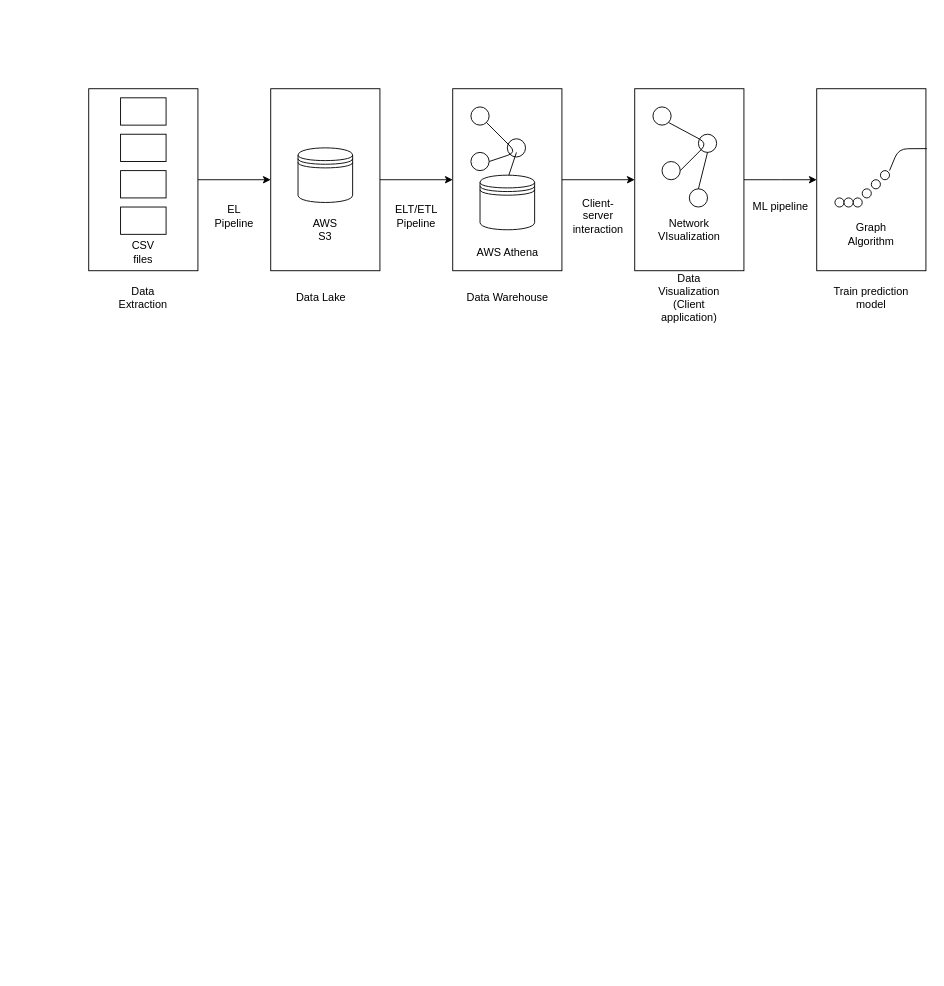
Earlier version of the draw.io diagram Global_Knowledge_Graph_Diagram.drawio (JamesHizon/Global-Knowledge-Graph-Data-Pipeline-Project). Source tidied: cells renumbered, new cells numbered last; positions are measured from the earlier drawing's top-left corner, leaving out a move shared by most shapes. Both pictures are drawn from the tidied source at 91%, with x=0, y=0 at pixel (88, 88).
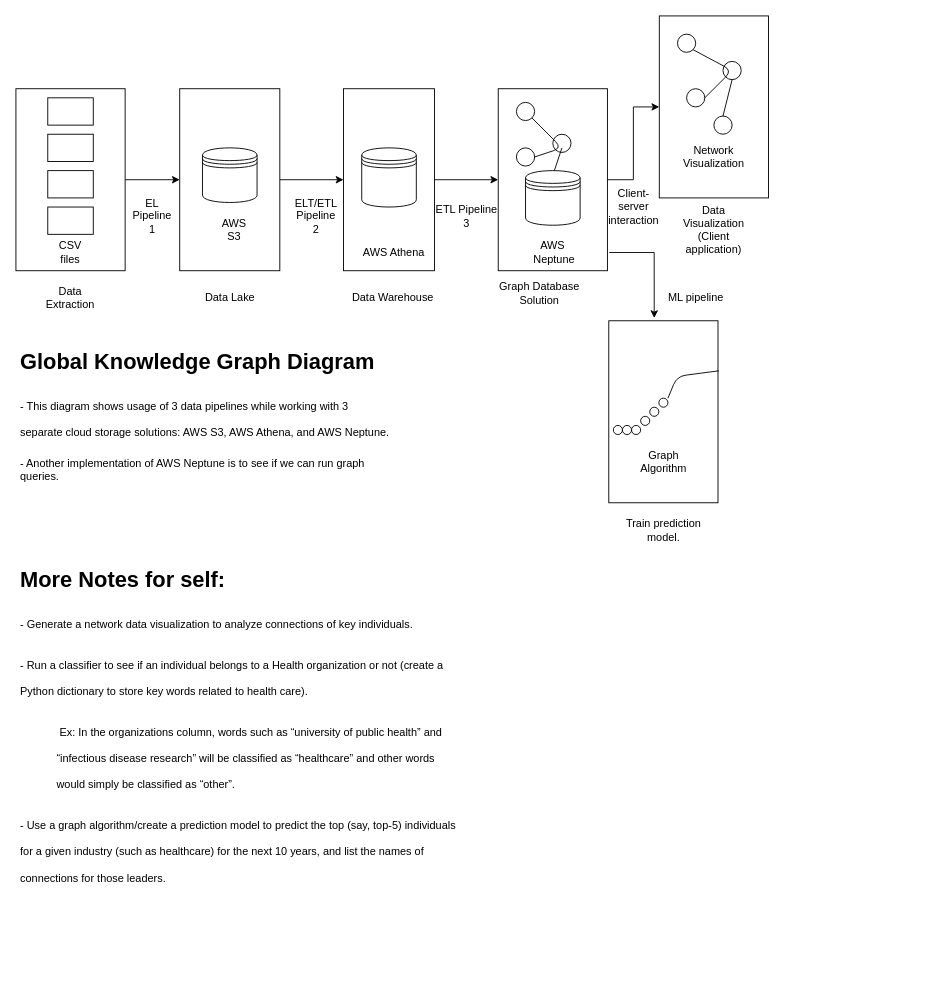
The same page after the edit.

What changed in the source:
```diff
@@
     <mxCell id="3" style="rounded=0;whiteSpace=wrap;html=1;" parent="1" vertex="1">
-      <mxGeometry width="120" height="200" as="geometry" />
+      <mxGeometry x="-80" width="120" height="200" as="geometry" />
     </mxCell>
     <mxCell id="4" value="Data Extraction" style="text;html=1;strokeColor=none;fillColor=none;align=center;verticalAlign=middle;whiteSpace=wrap;rounded=0;" parent="1" vertex="1">
-      <mxGeometry x="40" y="220" width="40" height="20" as="geometry" />
+      <mxGeometry x="-40" y="220" width="40" height="20" as="geometry" />
     </mxCell>
@@
     <mxCell id="6" style="rounded=0;whiteSpace=wrap;html=1;" parent="1" vertex="1">
-      <mxGeometry x="200" width="120" height="200" as="geometry" />
+      <mxGeometry x="100" width="110" height="200" as="geometry" />
     </mxCell>
     <mxCell id="7" value="Data Lake" style="text;html=1;align=center;verticalAlign=middle;" parent="1" vertex="1">
-      <mxGeometry x="220" y="220" width="70" height="20" as="geometry" />
+      <mxGeometry x="120" y="220" width="70" height="20" as="geometry" />
     </mxCell>
-    <mxCell id="8" style="edgeStyle=orthogonalEdgeStyle;rounded=0;jettySize=auto;html=1;exitX=1;exitY=0.5;exitDx=0;exitDy=0;entryX=0;entryY=0.5;entryDx=0;entryDy=0;" parent="1" edge="1" source="9" target="13">
+    <mxCell id="8" style="edgeStyle=orthogonalEdgeStyle;rounded=0;jettySize=auto;html=1;exitX=1;exitY=0.5;exitDx=0;exitDy=0;entryX=0;entryY=0.5;entryDx=0;entryDy=0;" parent="1" edge="1" source="9" target="49">
       <mxGeometry relative="1" as="geometry" />
     </mxCell>
     <mxCell id="9" style="rounded=0;whiteSpace=wrap;html=1;" parent="1" vertex="1">
-      <mxGeometry x="400" width="120" height="200" as="geometry" />
+      <mxGeometry x="280" width="100" height="200" as="geometry" />
     </mxCell>
     <mxCell id="10" value="Data Warehouse" style="text;html=1;align=center;verticalAlign=middle;" parent="1" vertex="1">
-      <mxGeometry x="405" y="220" width="110" height="20" as="geometry" />
+      <mxGeometry x="279" y="220" width="110" height="20" as="geometry" />
     </mxCell>
     <mxCell id="11" value="Data Visualization&lt;br&gt;(Client application)" style="text;html=1;strokeColor=none;fillColor=none;align=center;verticalAlign=middle;whiteSpace=wrap;rounded=0;" parent="1" vertex="1">
-      <mxGeometry x="640" y="220" width="40" height="20" as="geometry" />
+      <mxGeometry x="667" y="145" width="40" height="20" as="geometry" />
     </mxCell>
-    <mxCell id="12" style="edgeStyle=orthogonalEdgeStyle;rounded=0;jettySize=auto;html=1;exitX=1;exitY=0.5;exitDx=0;exitDy=0;" parent="1" edge="1" source="13">
-      <mxGeometry relative="1" as="geometry">
-        <mxPoint x="800" y="100" as="targetPoint" />
-      </mxGeometry>
+    <mxCell id="12" style="edgeStyle=orthogonalEdgeStyle;rounded=0;jettySize=auto;html=1;exitX=1.017;exitY=0.9;exitDx=0;exitDy=0;exitPerimeter=0;entryX=0.416;entryY=-0.015;entryDx=0;entryDy=0;entryPerimeter=0;" parent="1" edge="1" source="49" target="28">
+      <mxGeometry relative="1" as="geometry" />
     </mxCell>
     <mxCell id="13" style="rounded=0;whiteSpace=wrap;html=1;" parent="1" vertex="1">
-      <mxGeometry x="600" width="120" height="200" as="geometry" />
+      <mxGeometry x="627" y="-80" width="120" height="200" as="geometry" />
     </mxCell>
     <mxCell id="14" style="rounded=0;whiteSpace=wrap;html=1;" parent="1" vertex="1">
-      <mxGeometry x="35" y="10" width="50" height="30" as="geometry" />
+      <mxGeometry x="-45" y="10" width="50" height="30" as="geometry" />
     </mxCell>
     <mxCell id="15" style="rounded=0;whiteSpace=wrap;html=1;" parent="1" vertex="1">
-      <mxGeometry x="35" y="50" width="50" height="30" as="geometry" />
+      <mxGeometry x="-45" y="50" width="50" height="30" as="geometry" />
     </mxCell>
     <mxCell id="16" style="rounded=0;whiteSpace=wrap;html=1;" parent="1" vertex="1">
-      <mxGeometry x="35" y="90" width="50" height="30" as="geometry" />
+      <mxGeometry x="-45" y="90" width="50" height="30" as="geometry" />
     </mxCell>
     <mxCell id="17" style="rounded=0;whiteSpace=wrap;html=1;" parent="1" vertex="1">
-      <mxGeometry x="35" y="130" width="50" height="30" as="geometry" />
+      <mxGeometry x="-45" y="130" width="50" height="30" as="geometry" />
     </mxCell>
     <mxCell id="18" value="CSV files" style="text;html=1;strokeColor=none;fillColor=none;align=center;verticalAlign=middle;whiteSpace=wrap;rounded=0;" parent="1" vertex="1">
-      <mxGeometry x="40" y="170" width="40" height="20" as="geometry" />
+      <mxGeometry x="-40" y="170" width="40" height="20" as="geometry" />
     </mxCell>
-    <mxCell id="19" value="EL Pipeline" style="text;html=1;strokeColor=none;fillColor=none;align=center;verticalAlign=middle;whiteSpace=wrap;rounded=0;" parent="1" vertex="1">
-      <mxGeometry x="140" y="130" width="40" height="20" as="geometry" />
+    <mxCell id="19" value="EL Pipeline 1" style="text;html=1;strokeColor=none;fillColor=none;align=center;verticalAlign=middle;whiteSpace=wrap;rounded=0;" parent="1" vertex="1">
+      <mxGeometry x="50" y="130" width="40" height="20" as="geometry" />
     </mxCell>
     <mxCell id="20" value="AWS Athena" style="text;html=1;align=center;verticalAlign=middle;" parent="1" vertex="1">
-      <mxGeometry x="420" y="170" width="80" height="20" as="geometry" />
+      <mxGeometry x="295" y="170" width="80" height="20" as="geometry" />
     </mxCell>
-    <mxCell id="21" style="ellipse;whiteSpace=wrap;html=1;" parent="1" vertex="1">
-      <mxGeometry x="420" y="20" width="20" height="20" as="geometry" />
-    </mxCell>
-    <mxCell id="22" style="ellipse;whiteSpace=wrap;html=1;" parent="1" vertex="1">
-      <mxGeometry x="420" y="70" width="20" height="20" as="geometry" />
-    </mxCell>
-    <mxCell id="23" style="ellipse;whiteSpace=wrap;html=1;" parent="1" vertex="1">
-      <mxGeometry x="460" y="55" width="20" height="20" as="geometry" />
-    </mxCell>
-    <mxCell id="24" style="endArrow=none;html=1;exitX=1;exitY=1;exitDx=0;exitDy=0;entryX=1;entryY=0.5;entryDx=0;entryDy=0;" parent="1" edge="1" source="21" target="22">
-      <mxGeometry relative="1" as="geometry">
-        <Array as="points">
-          <mxPoint x="470" y="70" />
-        </Array>
-      </mxGeometry>
-    </mxCell>
-    <mxCell id="25" style="endArrow=none;html=1;exitX=0.5;exitY=0;exitDx=0;exitDy=0;" parent="1" edge="1">
-      <mxGeometry relative="1" as="geometry">
-        <mxPoint x="460" y="100" as="sourcePoint" />
-        <mxPoint x="470" y="70" as="targetPoint" />
-      </mxGeometry>
-    </mxCell>
-    <mxCell id="26" value="ELT/ETL Pipeline" style="text;html=1;strokeColor=none;fillColor=none;align=center;verticalAlign=middle;whiteSpace=wrap;rounded=0;" parent="1" vertex="1">
-      <mxGeometry x="340" y="130" width="40" height="20" as="geometry" />
+    <mxCell id="26" value="ELT/ETL Pipeline 2" style="text;html=1;strokeColor=none;fillColor=none;align=center;verticalAlign=middle;whiteSpace=wrap;rounded=0;" parent="1" vertex="1">
+      <mxGeometry x="230" y="130" width="40" height="20" as="geometry" />
     </mxCell>
     <mxCell id="27" value="Client-server interaction" style="text;html=1;strokeColor=none;fillColor=none;align=center;verticalAlign=middle;whiteSpace=wrap;rounded=0;" parent="1" vertex="1">
-      <mxGeometry x="540" y="130" width="40" height="20" as="geometry" />
+      <mxGeometry x="579" y="120" width="40" height="20" as="geometry" />
     </mxCell>
     <mxCell id="28" style="rounded=0;whiteSpace=wrap;html=1;" parent="1" vertex="1">
-      <mxGeometry x="800" width="120" height="200" as="geometry" />
+      <mxGeometry x="571.5" y="255" width="120" height="200" as="geometry" />
     </mxCell>
-    <mxCell id="29" value="Train prediction model" style="text;html=1;strokeColor=none;fillColor=none;align=center;verticalAlign=middle;whiteSpace=wrap;rounded=0;" parent="1" vertex="1">
-      <mxGeometry x="800" y="220" width="120" height="20" as="geometry" />
+    <mxCell id="29" value="Train prediction model." style="text;html=1;strokeColor=none;fillColor=none;align=center;verticalAlign=middle;whiteSpace=wrap;rounded=0;" parent="1" vertex="1">
+      <mxGeometry x="571.5" y="475" width="120" height="20" as="geometry" />
     </mxCell>
     <mxCell id="30" value="ML pipeline" style="text;html=1;align=center;verticalAlign=middle;" parent="1" vertex="1">
-      <mxGeometry x="720" y="120" width="80" height="20" as="geometry" />
+      <mxGeometry x="627" y="220" width="80" height="20" as="geometry" />
     </mxCell>
     <mxCell id="31" style="ellipse;whiteSpace=wrap;html=1;" parent="1" vertex="1">
-      <mxGeometry x="820" y="120" width="10" height="10" as="geometry" />
+      <mxGeometry x="576.5" y="370" width="10" height="10" as="geometry" />
     </mxCell>
     <mxCell id="32" style="ellipse;whiteSpace=wrap;html=1;" parent="1" vertex="1">
-      <mxGeometry x="870" y="90" width="10" height="10" as="geometry" />
+      <mxGeometry x="626.5" y="340" width="10" height="10" as="geometry" />
     </mxCell>
     <mxCell id="33" style="ellipse;whiteSpace=wrap;html=1;" parent="1" vertex="1">
-      <mxGeometry x="860" y="100" width="10" height="10" as="geometry" />
+      <mxGeometry x="616.5" y="350" width="10" height="10" as="geometry" />
     </mxCell>
     <mxCell id="34" style="ellipse;whiteSpace=wrap;html=1;" parent="1" vertex="1">
-      <mxGeometry x="850" y="110" width="10" height="10" as="geometry" />
+      <mxGeometry x="606.5" y="360" width="10" height="10" as="geometry" />
     </mxCell>
     <mxCell id="35" style="ellipse;whiteSpace=wrap;html=1;" parent="1" vertex="1">
-      <mxGeometry x="840" y="120" width="10" height="10" as="geometry" />
+      <mxGeometry x="596.5" y="370" width="10" height="10" as="geometry" />
     </mxCell>
     <mxCell id="36" style="ellipse;whiteSpace=wrap;html=1;" parent="1" vertex="1">
-      <mxGeometry x="830" y="120" width="10" height="10" as="geometry" />
+      <mxGeometry x="586.5" y="370" width="10" height="10" as="geometry" />
     </mxCell>
-    <mxCell id="37" style="endArrow=none;html=1;entryX=1.008;entryY=0.329;entryDx=0;entryDy=0;entryPerimeter=0;" parent="1" edge="1" target="28">
+    <mxCell id="37" style="endArrow=none;html=1;" parent="1" edge="1">
       <mxGeometry relative="1" as="geometry">
-        <mxPoint x="880" y="90" as="sourcePoint" />
+        <mxPoint x="636.5" y="340" as="sourcePoint" />
+        <mxPoint x="692.5" y="310" as="targetPoint" />
         <Array as="points">
-          <mxPoint x="890" y="66" />
+          <mxPoint x="646.5" y="316" />
         </Array>
       </mxGeometry>
     </mxCell>
     <mxCell id="38" style="shape=datastore;whiteSpace=wrap;html=1;" parent="1" vertex="1">
-      <mxGeometry x="230" y="65" width="60" height="60" as="geometry" />
+      <mxGeometry x="125" y="65" width="60" height="60" as="geometry" />
     </mxCell>
-    <mxCell id="39" style="shape=datastore;whiteSpace=wrap;html=1;" parent="1" vertex="1">
-      <mxGeometry x="430" y="95" width="60" height="60" as="geometry" />
-    </mxCell>
     <mxCell id="40" style="ellipse;whiteSpace=wrap;html=1;" parent="1" vertex="1">
-      <mxGeometry x="620" y="20" width="20" height="20" as="geometry" />
+      <mxGeometry x="647" y="-60" width="20" height="20" as="geometry" />
     </mxCell>
     <mxCell id="41" style="ellipse;whiteSpace=wrap;html=1;" parent="1" vertex="1">
-      <mxGeometry x="670" y="50" width="20" height="20" as="geometry" />
+      <mxGeometry x="697" y="-30" width="20" height="20" as="geometry" />
     </mxCell>
     <mxCell id="42" style="ellipse;whiteSpace=wrap;html=1;" parent="1" vertex="1">
-      <mxGeometry x="630" y="80" width="20" height="20" as="geometry" />
+      <mxGeometry x="657" width="20" height="20" as="geometry" />
     </mxCell>
     <mxCell id="43" style="ellipse;whiteSpace=wrap;html=1;" parent="1" vertex="1">
-      <mxGeometry x="660" y="110" width="20" height="20" as="geometry" />
+      <mxGeometry x="687" y="30" width="20" height="20" as="geometry" />
     </mxCell>
     <mxCell id="44" style="endArrow=none;html=1;exitX=1;exitY=1;exitDx=0;exitDy=0;entryX=1;entryY=0.5;entryDx=0;entryDy=0;" parent="1" edge="1" source="40" target="42">
       <mxGeometry relative="1" as="geometry">
         <Array as="points">
-          <mxPoint x="680" y="60" />
+          <mxPoint x="707" y="-20" />
         </Array>
       </mxGeometry>
     </mxCell>
@@
     <mxCell id="46" value="AWS S3" style="text;html=1;strokeColor=none;fillColor=none;align=center;verticalAlign=middle;whiteSpace=wrap;rounded=0;" parent="1" vertex="1">
-      <mxGeometry x="240" y="145" width="40" height="20" as="geometry" />
+      <mxGeometry x="140" y="145" width="40" height="20" as="geometry" />
     </mxCell>
-    <mxCell id="47" value="Network VIsualization" style="text;html=1;strokeColor=none;fillColor=none;align=center;verticalAlign=middle;whiteSpace=wrap;rounded=0;" parent="1" vertex="1">
-      <mxGeometry x="640" y="145" width="40" height="20" as="geometry" />
+    <mxCell id="47" value="Network Visualization" style="text;html=1;strokeColor=none;fillColor=none;align=center;verticalAlign=middle;whiteSpace=wrap;rounded=0;" parent="1" vertex="1">
+      <mxGeometry x="667" y="65" width="40" height="20" as="geometry" />
     </mxCell>
     <mxCell id="48" value="Graph Algorithm" style="text;html=1;strokeColor=none;fillColor=none;align=center;verticalAlign=middle;whiteSpace=wrap;rounded=0;" parent="1" vertex="1">
-      <mxGeometry x="840" y="150" width="40" height="20" as="geometry" />
+      <mxGeometry x="611.5" y="400" width="40" height="20" as="geometry" />
     </mxCell>
+    <mxCell id="49" style="rounded=0;whiteSpace=wrap;html=1;" parent="1" vertex="1">
+      <mxGeometry x="450" width="120" height="200" as="geometry" />
+    </mxCell>
+    <mxCell id="50" value="AWS &amp;nbsp;Neptune" style="text;html=1;strokeColor=none;fillColor=none;align=center;verticalAlign=middle;whiteSpace=wrap;rounded=0;" parent="1" vertex="1">
+      <mxGeometry x="490" y="170" width="40" height="20" as="geometry" />
+    </mxCell>
+    <mxCell id="21" style="ellipse;whiteSpace=wrap;html=1;" parent="1" vertex="1">
+      <mxGeometry x="470" y="15" width="20" height="20" as="geometry" />
+    </mxCell>
+    <mxCell id="22" style="ellipse;whiteSpace=wrap;html=1;" parent="1" vertex="1">
+      <mxGeometry x="470" y="65" width="20" height="20" as="geometry" />
+    </mxCell>
+    <mxCell id="23" style="ellipse;whiteSpace=wrap;html=1;" parent="1" vertex="1">
+      <mxGeometry x="510" y="50" width="20" height="20" as="geometry" />
+    </mxCell>
+    <mxCell id="24" style="endArrow=none;html=1;exitX=1;exitY=1;exitDx=0;exitDy=0;entryX=1;entryY=0.5;entryDx=0;entryDy=0;" parent="1" edge="1" source="21" target="22">
+      <mxGeometry relative="1" as="geometry">
+        <Array as="points">
+          <mxPoint x="520" y="65" />
+        </Array>
+      </mxGeometry>
+    </mxCell>
+    <mxCell id="25" style="endArrow=none;html=1;exitX=0.5;exitY=0;exitDx=0;exitDy=0;" parent="1" edge="1">
+      <mxGeometry relative="1" as="geometry">
+        <mxPoint x="510" y="95" as="sourcePoint" />
+        <mxPoint x="520" y="65" as="targetPoint" />
+      </mxGeometry>
+    </mxCell>
+    <mxCell id="39" style="shape=datastore;whiteSpace=wrap;html=1;" parent="1" vertex="1">
+      <mxGeometry x="480" y="90" width="60" height="60" as="geometry" />
+    </mxCell>
+    <mxCell id="51" style="shape=datastore;whiteSpace=wrap;html=1;" parent="1" vertex="1">
+      <mxGeometry x="300" y="65" width="60" height="65" as="geometry" />
+    </mxCell>
+    <mxCell id="52" value="Graph Database &lt;br&gt;Solution" style="text;html=1;align=center;verticalAlign=middle;" parent="1" vertex="1">
+      <mxGeometry x="440" y="210" width="110" height="30" as="geometry" />
+    </mxCell>
+    <mxCell id="53" value="ETL Pipeline&lt;br&gt;3" style="text;html=1;align=center;verticalAlign=middle;" parent="1" vertex="1">
+      <mxGeometry x="375" y="125" width="80" height="30" as="geometry" />
+    </mxCell>
+    <mxCell id="54" style="edgeStyle=orthogonalEdgeStyle;rounded=0;jettySize=auto;html=1;entryX=0;entryY=0.5;entryDx=0;entryDy=0;exitX=1;exitY=0.5;exitDx=0;exitDy=0;" parent="1" edge="1" source="49" target="13">
+      <mxGeometry relative="1" as="geometry" />
+    </mxCell>
+    <mxCell id="55" value="&lt;h1&gt;Global Knowledge Graph Diagram&lt;/h1&gt;&lt;h1&gt;&lt;span style=&quot;font-size: 12px ; font-weight: normal&quot;&gt;- This diagram shows usage of 3 data pipelines while&amp;nbsp;working with 3 separate cloud storage solutions: AWS S3, AWS Athena, and AWS Neptune.&lt;/span&gt;&lt;/h1&gt;&lt;div&gt;&lt;span style=&quot;font-size: 12px ; font-weight: normal&quot;&gt;- Another implementation of AWS Neptune is to see if we can run graph queries.&lt;/span&gt;&lt;/div&gt;" style="text;html=1;strokeColor=none;fillColor=none;spacing=5;spacingTop=-20;whiteSpace=wrap;overflow=hidden;rounded=0;" parent="1" vertex="1">
+      <mxGeometry x="-80" y="280" width="415" height="190" as="geometry" />
+    </mxCell>
+    <mxCell id="56" value="&lt;h1&gt;More Notes for self:&lt;/h1&gt;&lt;h1&gt;&lt;span style=&quot;font-weight: 400&quot;&gt;&lt;font style=&quot;font-size: 12px&quot;&gt;- Generate a network data visualization to analyze connections of key individuals.&lt;/font&gt;&lt;/span&gt;&lt;/h1&gt;&lt;h1&gt;&lt;span style=&quot;font-weight: 400&quot;&gt;&lt;font style=&quot;font-size: 12px&quot;&gt;- Run a classifier to see if an individual belongs to a Health organization or not (create a Python dictionary to store key words related to health care).&lt;/font&gt;&lt;/span&gt;&lt;/h1&gt;&lt;blockquote style=&quot;margin: 0 0 0 40px ; border: none ; padding: 0px&quot;&gt;&lt;h1&gt;&lt;span style=&quot;font-size: 12px ; font-weight: 400&quot;&gt;&amp;nbsp;Ex: In the organizations column, words such as “university of public health” and “infectious disease research” will be classified as “healthcare” and other words would simply be classified as “other”.&lt;/span&gt;&lt;/h1&gt;&lt;/blockquote&gt;&lt;h1&gt;&lt;span style=&quot;font-size: 12px ; font-weight: 400&quot;&gt;- Use a graph algorithm/create a prediction model to predict the top (say, top-5) individuals for a given industry (such as healthcare) for the next 10 years, and list the names of connections for those leaders.&lt;/span&gt;&lt;/h1&gt;&lt;p&gt;&lt;span id=&quot;docs-internal-guid-f2dbcea6-7fff-2557-efc3-316946723c60&quot;&gt;&lt;br&gt;&lt;/span&gt;&lt;/p&gt;" style="text;html=1;strokeColor=none;fillColor=none;spacing=5;spacingTop=-20;whiteSpace=wrap;overflow=hidden;rounded=0;" parent="1" vertex="1">
+      <mxGeometry x="-80" y="520" width="490" height="449" as="geometry" />
+    </mxCell>
```
